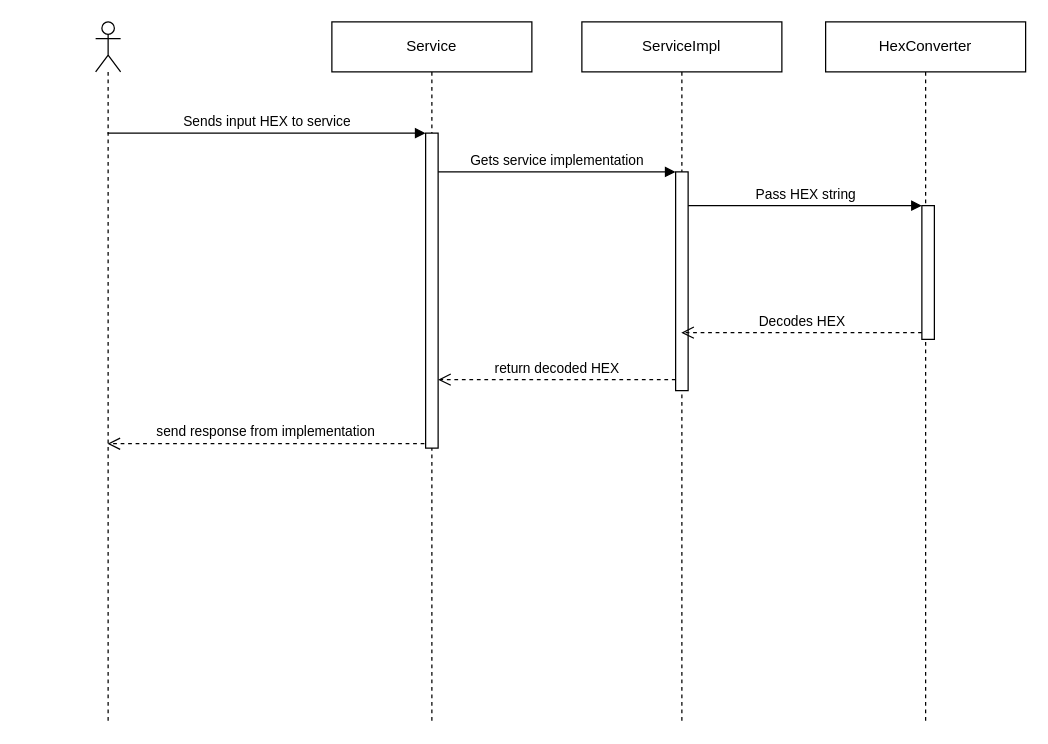
Above: page "One Layer" (1 of 3) of Sequence.drawio in MergeCommits/SOEN487-Project (draw.io), before the change. Source tidied: cells renumbered, new cells numbered last; positions are measured from the earlier drawing's top-left corner, leaving out a move shared by most shapes. Both pictures are drawn from the tidied source at 125%, with x=0, y=0 at pixel (95, 21).
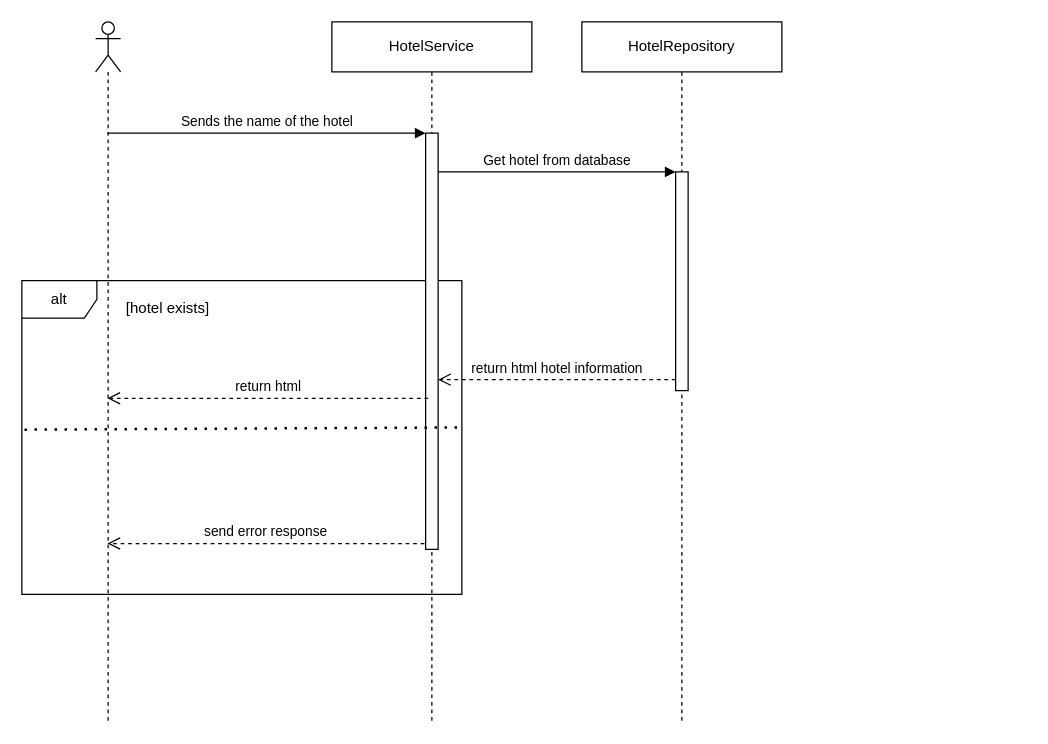
After the change.

Commit message (it also covers changes not shown here):
Sequence diagrams and web service API.

Diff of the diagram source:
```diff
@@
 <mxGraphModel>
   <root>
     <mxCell id="0" />
     <mxCell id="1" parent="0" />
+    <mxCell id="15" value="alt" style="shape=umlFrame;whiteSpace=wrap;html=1;" parent="1" vertex="1">
+      <mxGeometry x="-59" y="207" width="352" height="251" as="geometry" />
+    </mxCell>
     <mxCell id="2" style="shape=umlLifeline;participant=umlActor;perimeter=lifelinePerimeter;whiteSpace=wrap;html=1;verticalAlign=top;spacingTop=36;outlineConnect=0;" parent="1" vertex="1">
       <mxGeometry width="20" height="560" as="geometry" />
     </mxCell>
-    <mxCell id="3" value="Service" style="shape=umlLifeline;perimeter=lifelinePerimeter;whiteSpace=wrap;html=1;" parent="1" vertex="1">
+    <mxCell id="3" value="HotelService" style="shape=umlLifeline;perimeter=lifelinePerimeter;whiteSpace=wrap;html=1;" parent="1" vertex="1">
       <mxGeometry x="189" width="160" height="560" as="geometry" />
     </mxCell>
     <mxCell id="4" style="html=1;points=[];perimeter=orthogonalPerimeter;" parent="3" vertex="1">
-      <mxGeometry x="75" y="89" width="10" height="252" as="geometry" />
+      <mxGeometry x="75" y="89" width="10" height="333" as="geometry" />
     </mxCell>
-    <mxCell id="5" value="Sends input HEX to service" style="html=1;verticalAlign=bottom;endArrow=block;entryX=0;entryY=0;" parent="1" edge="1" source="2" target="4">
+    <mxCell id="5" value="Sends the name of the hotel" style="html=1;verticalAlign=bottom;endArrow=block;entryX=0;entryY=0;" parent="1" edge="1" source="2" target="4">
       <mxGeometry relative="1" as="geometry" />
     </mxCell>
-    <mxCell id="6" value="ServiceImpl" style="shape=umlLifeline;perimeter=lifelinePerimeter;whiteSpace=wrap;html=1;outlineConnect=0;" parent="1" vertex="1">
+    <mxCell id="6" value="HotelRepository" style="shape=umlLifeline;perimeter=lifelinePerimeter;whiteSpace=wrap;html=1;outlineConnect=0;" parent="1" vertex="1">
       <mxGeometry x="389" width="160" height="560" as="geometry" />
     </mxCell>
     <mxCell id="7" style="html=1;points=[];perimeter=orthogonalPerimeter;" parent="6" vertex="1">
       <mxGeometry x="75" y="120" width="10" height="175" as="geometry" />
     </mxCell>
-    <mxCell id="8" value="Gets service implementation" style="html=1;verticalAlign=bottom;endArrow=block;entryX=0;entryY=0;" parent="1" edge="1" source="4" target="7">
+    <mxCell id="8" value="Get hotel from database" style="html=1;verticalAlign=bottom;endArrow=block;entryX=0;entryY=0;" parent="1" edge="1" source="4" target="7">
       <mxGeometry relative="1" as="geometry" />
     </mxCell>
-    <mxCell id="9" value="return decoded HEX" style="html=1;verticalAlign=bottom;endArrow=open;dashed=1;endSize=8;exitX=0;exitY=0.95;" parent="1" edge="1" source="7" target="4">
+    <mxCell id="9" value="return html hotel information" style="html=1;verticalAlign=bottom;endArrow=open;dashed=1;endSize=8;exitX=0;exitY=0.95;" parent="1" edge="1" source="7" target="4">
       <mxGeometry relative="1" as="geometry" />
     </mxCell>
-    <mxCell id="10" value="send response from implementation" style="html=1;verticalAlign=bottom;endArrow=open;dashed=1;endSize=8;exitX=-0.1;exitY=0.986;exitDx=0;exitDy=0;exitPerimeter=0;" parent="1" edge="1" source="4" target="2">
+    <mxCell id="10" value="send error response" style="html=1;verticalAlign=bottom;endArrow=open;dashed=1;endSize=8;exitX=-0.1;exitY=0.986;exitDx=0;exitDy=0;exitPerimeter=0;" parent="1" edge="1" source="4" target="2">
       <mxGeometry relative="1" as="geometry" />
     </mxCell>
-    <mxCell id="11" value="HexConverter" style="shape=umlLifeline;perimeter=lifelinePerimeter;whiteSpace=wrap;html=1;" parent="1" vertex="1">
-      <mxGeometry x="584" width="160" height="560" as="geometry" />
-    </mxCell>
-    <mxCell id="12" style="html=1;points=[];perimeter=orthogonalPerimeter;" parent="11" vertex="1">
-      <mxGeometry x="77" y="147" width="10" height="107" as="geometry" />
-    </mxCell>
-    <mxCell id="13" value="Pass HEX string" style="html=1;verticalAlign=bottom;endArrow=block;entryX=0;entryY=0;" parent="1" edge="1" source="7" target="12">
-      <mxGeometry relative="1" as="geometry" />
-    </mxCell>
-    <mxCell id="14" value="Decodes HEX" style="html=1;verticalAlign=bottom;endArrow=open;dashed=1;endSize=8;exitX=0;exitY=0.95;" parent="1" edge="1" source="12" target="6">
-      <mxGeometry relative="1" as="geometry" />
-    </mxCell>
+    <mxCell id="16" style="endArrow=none;dashed=1;html=1;dashPattern=1 3;strokeWidth=2;exitX=0.006;exitY=0.475;exitDx=0;exitDy=0;exitPerimeter=0;entryX=1.006;entryY=0.468;entryDx=0;entryDy=0;entryPerimeter=0;" parent="1" edge="1" source="15" target="15">
+      <mxGeometry relative="1" as="geometry" />
+    </mxCell>
+    <mxCell id="17" value="[hotel exists]" style="text;html=1;strokeColor=none;fillColor=none;align=center;verticalAlign=middle;whiteSpace=wrap;rounded=0;" parent="1" vertex="1">
+      <mxGeometry x="16" y="219" width="84" height="20" as="geometry" />
+    </mxCell>
+    <mxCell id="18" value="return html" style="html=1;verticalAlign=bottom;endArrow=open;dashed=1;endSize=8;exitX=0.2;exitY=0.637;exitDx=0;exitDy=0;exitPerimeter=0;" parent="1" edge="1" source="4" target="2">
+      <mxGeometry relative="1" as="geometry" />
+    </mxCell>
   </root>
 </mxGraphModel>
```
